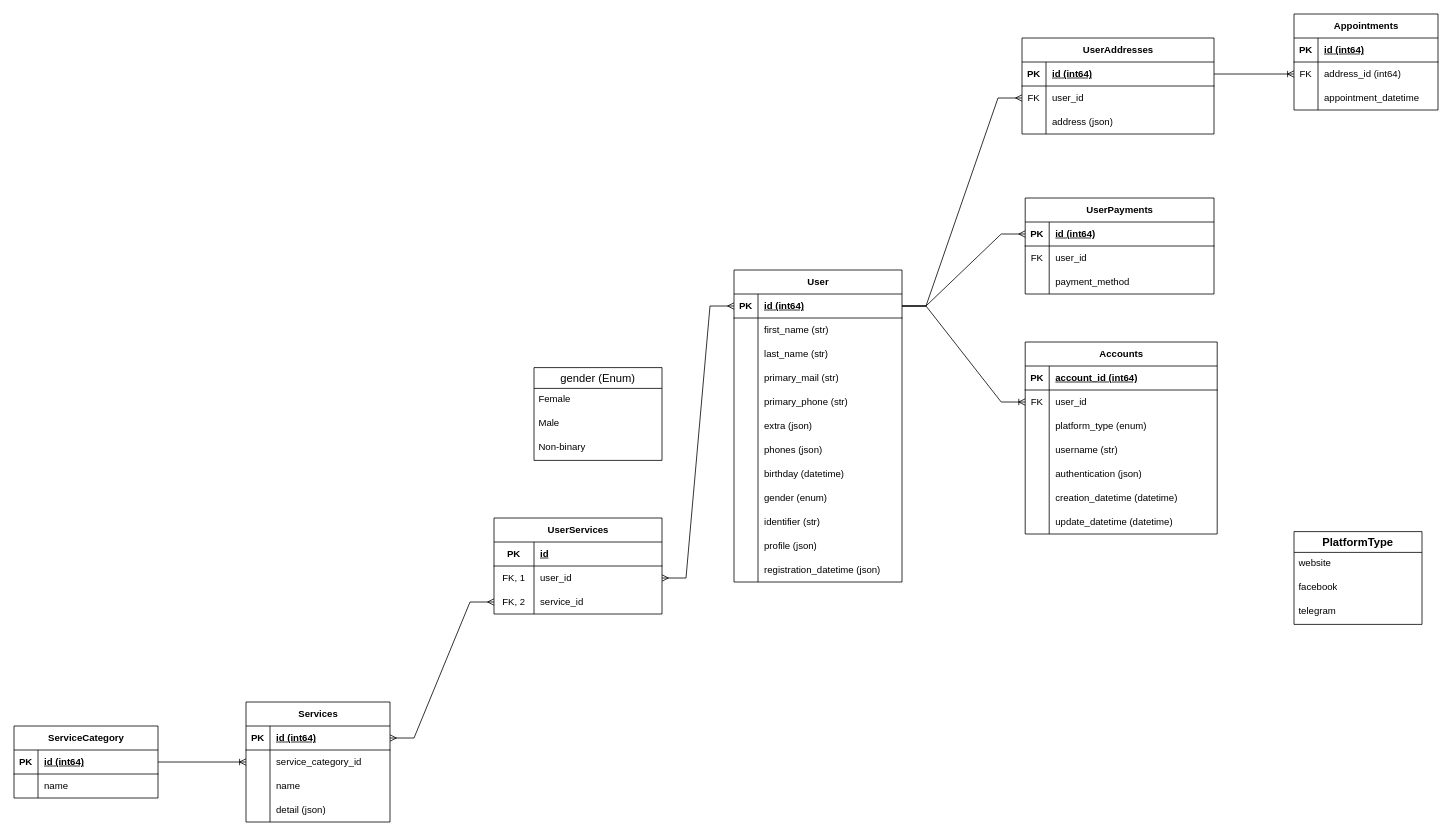
Above: page "Database" (2 of 2) of booking-service.drawio in NeuroVortex/expert-booking-marketplace (draw.io), before the change. Source tidied: cells renumbered, new cells numbered last; positions are measured from the earlier drawing's top-left corner, leaving out a move shared by most shapes. Both pictures are drawn from the tidied source at 80%, with x=0, y=0 at pixel (14, 14).
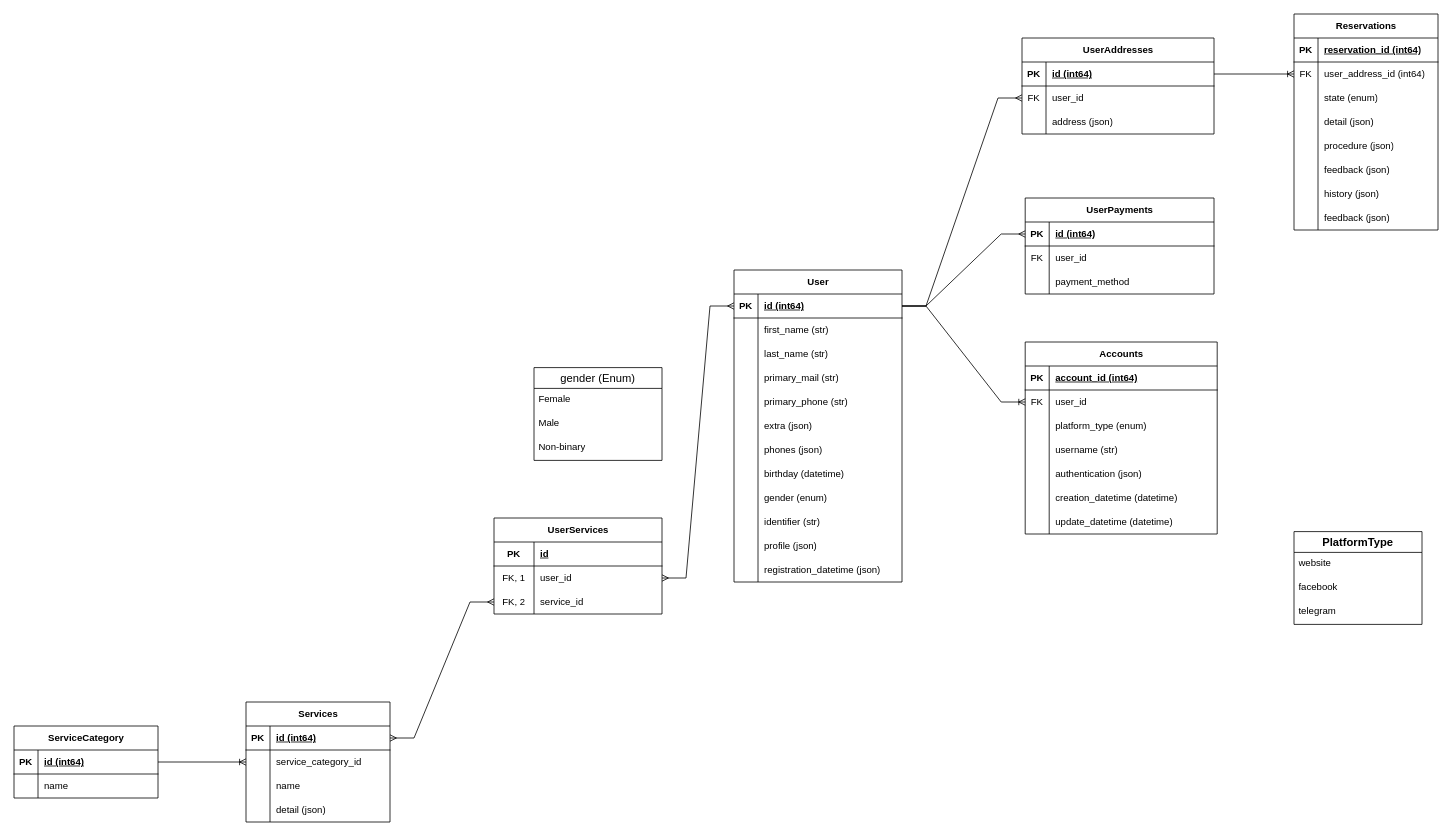
Above is the later version.

Unchanged cells that the change refers to:
```xml
<mxCell id="126" style="shape=tableRow;horizontal=0;startSize=0;swimlaneHead=0;swimlaneBody=0;fillColor=none;top=0;left=0;right=0;bottom=1;" parent="125" vertex="1">
  <mxGeometry y="30" width="180" height="30" as="geometry" />
</mxCell>
<mxCell id="129" style="shape=tableRow;horizontal=0;startSize=0;swimlaneHead=0;swimlaneBody=0;fillColor=none;points=[[0,0.5],[1,0.5]];portConstraint=eastwest;top=0;left=0;right=0;bottom=0;" parent="125" vertex="1">
  <mxGeometry y="60" width="180" height="30" as="geometry" />
</mxCell>
<mxCell id="132" style="shape=tableRow;horizontal=0;startSize=0;swimlaneHead=0;swimlaneBody=0;fillColor=none;top=0;left=0;right=0;bottom=0;" parent="125" vertex="1">
  <mxGeometry y="90" width="180" height="30" as="geometry" />
</mxCell>
```

Change to the diagram source:
```diff
@@
-    <mxCell id="125" value="Appointments" style="shape=table;startSize=30;childLayout=tableLayout;rowLines=0;fontStyle=1;align=center;html=1;" parent="1" vertex="1">
-      <mxGeometry x="1600" width="180" height="120" as="geometry" />
+    <mxCell id="125" value="Reservations" style="shape=table;startSize=30;childLayout=tableLayout;rowLines=0;fontStyle=1;align=center;html=1;" parent="1" vertex="1">
+      <mxGeometry x="1600" width="180" height="270" as="geometry" />
     </mxCell>
@@
-    <mxCell id="128" value="id (int64)" style="shape=partialRectangle;fillColor=none;top=0;left=0;bottom=0;right=0;align=left;spacingLeft=6;fontStyle=5;overflow=hidden;whiteSpace=wrap;html=1;" parent="126" vertex="1">
+    <mxCell id="128" value="reservation_id (int64)" style="shape=partialRectangle;fillColor=none;top=0;left=0;bottom=0;right=0;align=left;spacingLeft=6;fontStyle=5;overflow=hidden;whiteSpace=wrap;html=1;" parent="126" vertex="1">
       <mxGeometry x="30" width="150" height="30" as="geometry" />
     </mxCell>
@@
-    <mxCell id="131" value="address_id (int64)" style="shape=partialRectangle;fillColor=none;top=0;left=0;bottom=0;right=0;align=left;spacingLeft=6;overflow=hidden;whiteSpace=wrap;html=1;" parent="129" vertex="1">
+    <mxCell id="131" value="user_address_id (int64)" style="shape=partialRectangle;fillColor=none;top=0;left=0;bottom=0;right=0;align=left;spacingLeft=6;overflow=hidden;whiteSpace=wrap;html=1;" parent="129" vertex="1">
       <mxGeometry x="30" width="150" height="30" as="geometry" />
     </mxCell>
@@
-    <mxCell id="134" value="appointment_datetime" style="shape=partialRectangle;fillColor=none;top=0;left=0;bottom=0;right=0;align=left;spacingLeft=6;overflow=hidden;whiteSpace=wrap;html=1;" parent="132" vertex="1">
+    <mxCell id="134" value="state (enum)" style="shape=partialRectangle;fillColor=none;top=0;left=0;bottom=0;right=0;align=left;spacingLeft=6;overflow=hidden;whiteSpace=wrap;html=1;" parent="132" vertex="1">
       <mxGeometry x="30" width="150" height="30" as="geometry" />
     </mxCell>
+    <mxCell id="136" style="shape=tableRow;horizontal=0;startSize=0;swimlaneHead=0;swimlaneBody=0;fillColor=none;top=0;left=0;right=0;bottom=0;" parent="125" vertex="1">
+      <mxGeometry y="120" width="180" height="30" as="geometry" />
+    </mxCell>
+    <mxCell id="137" style="shape=partialRectangle;fillColor=none;top=0;left=0;bottom=0;right=0;overflow=hidden;whiteSpace=wrap;html=1;" parent="136" vertex="1">
+      <mxGeometry width="30" height="30" as="geometry" />
+    </mxCell>
+    <mxCell id="138" value="detail (json)" style="shape=partialRectangle;fillColor=none;top=0;left=0;bottom=0;right=0;align=left;spacingLeft=6;overflow=hidden;whiteSpace=wrap;html=1;" parent="136" vertex="1">
+      <mxGeometry x="30" width="150" height="30" as="geometry" />
+    </mxCell>
+    <mxCell id="139" style="shape=tableRow;horizontal=0;startSize=0;swimlaneHead=0;swimlaneBody=0;fillColor=none;top=0;left=0;right=0;bottom=0;" parent="125" vertex="1">
+      <mxGeometry y="150" width="180" height="30" as="geometry" />
+    </mxCell>
+    <mxCell id="140" style="shape=partialRectangle;fillColor=none;top=0;left=0;bottom=0;right=0;overflow=hidden;whiteSpace=wrap;html=1;" parent="139" vertex="1">
+      <mxGeometry width="30" height="30" as="geometry" />
+    </mxCell>
+    <mxCell id="141" value="procedure (json)" style="shape=partialRectangle;fillColor=none;top=0;left=0;bottom=0;right=0;align=left;spacingLeft=6;overflow=hidden;whiteSpace=wrap;html=1;" parent="139" vertex="1">
+      <mxGeometry x="30" width="150" height="30" as="geometry" />
+    </mxCell>
+    <mxCell id="142" style="shape=tableRow;horizontal=0;startSize=0;swimlaneHead=0;swimlaneBody=0;fillColor=none;top=0;left=0;right=0;bottom=0;" parent="125" vertex="1">
+      <mxGeometry y="180" width="180" height="30" as="geometry" />
+    </mxCell>
+    <mxCell id="143" style="shape=partialRectangle;fillColor=none;top=0;left=0;bottom=0;right=0;overflow=hidden;whiteSpace=wrap;html=1;" parent="142" vertex="1">
+      <mxGeometry width="30" height="30" as="geometry" />
+    </mxCell>
+    <mxCell id="144" value="feedback (json)" style="shape=partialRectangle;fillColor=none;top=0;left=0;bottom=0;right=0;align=left;spacingLeft=6;overflow=hidden;whiteSpace=wrap;html=1;" parent="142" vertex="1">
+      <mxGeometry x="30" width="150" height="30" as="geometry" />
+    </mxCell>
+    <mxCell id="145" style="shape=tableRow;horizontal=0;startSize=0;swimlaneHead=0;swimlaneBody=0;fillColor=none;top=0;left=0;right=0;bottom=0;" parent="125" vertex="1">
+      <mxGeometry y="210" width="180" height="30" as="geometry" />
+    </mxCell>
+    <mxCell id="146" style="shape=partialRectangle;fillColor=none;top=0;left=0;bottom=0;right=0;overflow=hidden;whiteSpace=wrap;html=1;" parent="145" vertex="1">
+      <mxGeometry width="30" height="30" as="geometry" />
+    </mxCell>
+    <mxCell id="147" value="history (json)" style="shape=partialRectangle;fillColor=none;top=0;left=0;bottom=0;right=0;align=left;spacingLeft=6;overflow=hidden;whiteSpace=wrap;html=1;" parent="145" vertex="1">
+      <mxGeometry x="30" width="150" height="30" as="geometry" />
+    </mxCell>
+    <mxCell id="148" style="shape=tableRow;horizontal=0;startSize=0;swimlaneHead=0;swimlaneBody=0;fillColor=none;top=0;left=0;right=0;bottom=0;" parent="125" vertex="1">
+      <mxGeometry y="240" width="180" height="30" as="geometry" />
+    </mxCell>
+    <mxCell id="149" style="shape=partialRectangle;fillColor=none;top=0;left=0;bottom=0;right=0;overflow=hidden;whiteSpace=wrap;html=1;" parent="148" vertex="1">
+      <mxGeometry width="30" height="30" as="geometry" />
+    </mxCell>
+    <mxCell id="150" value="feedback (json)" style="shape=partialRectangle;fillColor=none;top=0;left=0;bottom=0;right=0;align=left;spacingLeft=6;overflow=hidden;whiteSpace=wrap;html=1;" parent="148" vertex="1">
+      <mxGeometry x="30" width="150" height="30" as="geometry" />
+    </mxCell>
```
